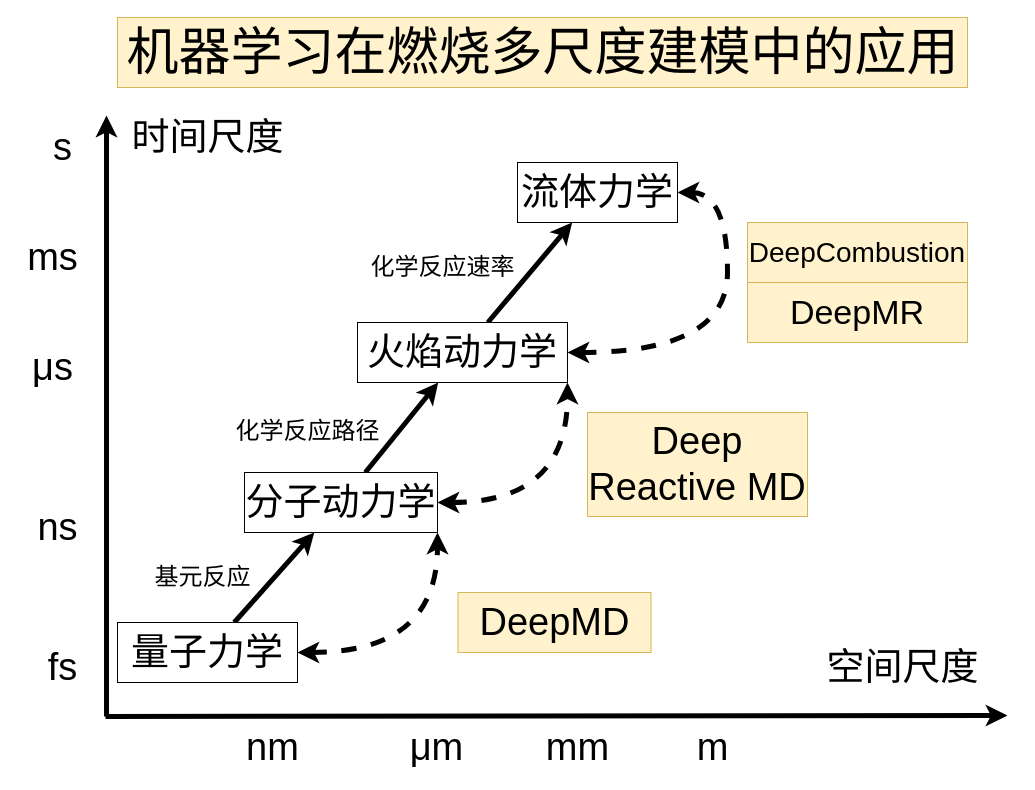
Above: multiscale.drawio in tianhanz/helloworld (draw.io), before the change. Source tidied: cells renumbered, new cells numbered last; positions are measured from the earlier drawing's top-left corner, leaving out a move shared by most shapes. Both pictures are drawn from the tidied source at 100%, with x=0, y=0 at pixel (17, 17).
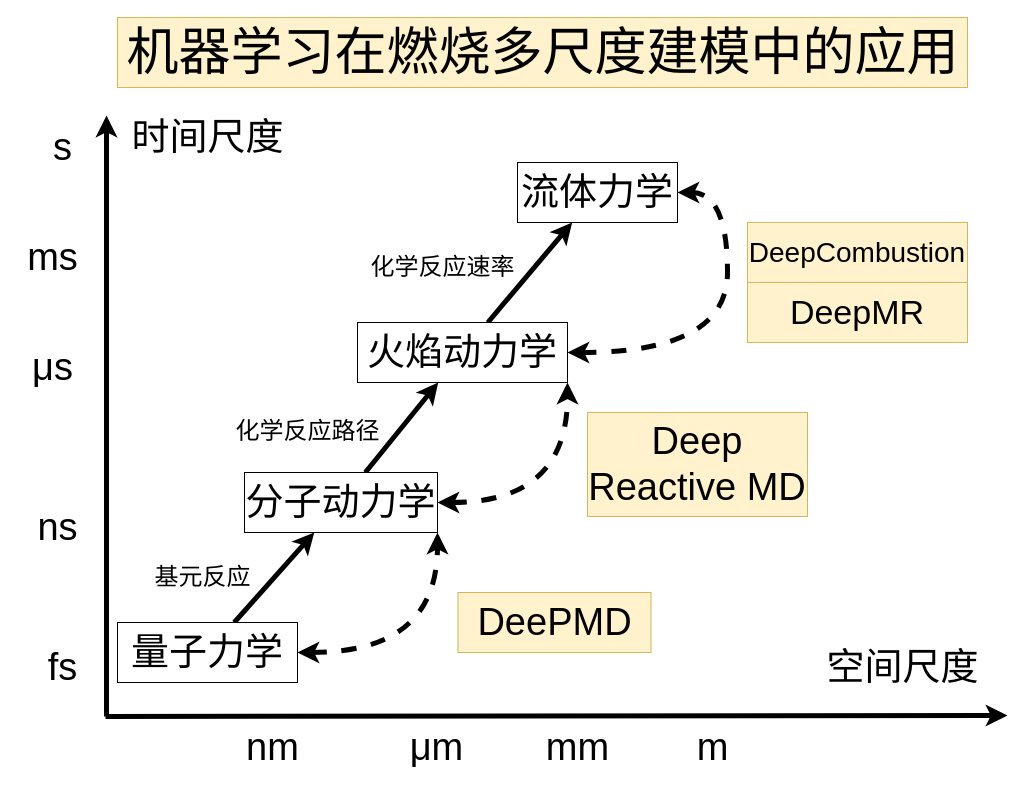
The same page after the edit.

What changed in the source:
```diff
@@
-    <mxCell id="28" value="DeepMD" style="whiteSpace=wrap;html=1;fontSize=38;rounded=0;labelBackgroundColor=none;fillColor=#fff2cc;strokeColor=#d6b656;" parent="1" vertex="1">
+    <mxCell id="28" value="DeePMD" style="whiteSpace=wrap;html=1;fontSize=38;rounded=0;labelBackgroundColor=none;fillColor=#fff2cc;strokeColor=#d6b656;" parent="1" vertex="1">
       <mxGeometry x="440.5" y="575" width="193" height="60" as="geometry" />
     </mxCell>
```
